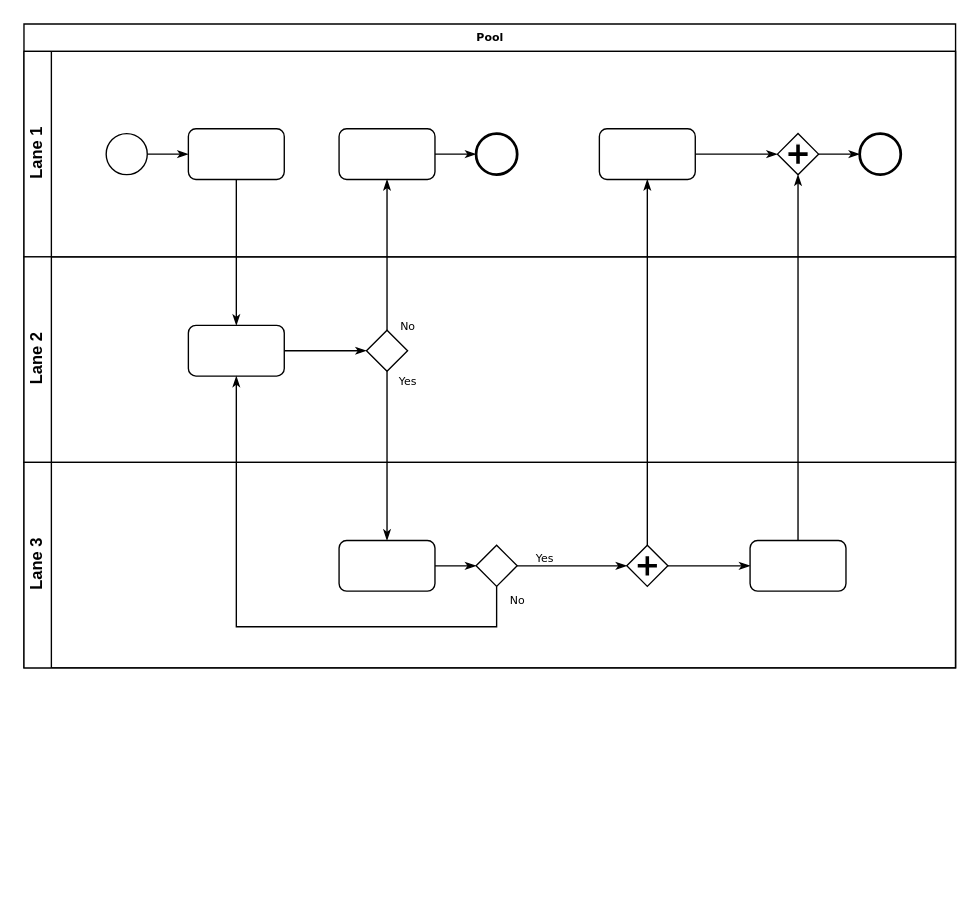
Earlier version of the draw.io diagram Untitled Diagram.drawio (HexMakina/Crudites). Source tidied: cells renumbered, new cells numbered last; positions are measured from the earlier drawing's top-left corner, leaving out a move shared by most shapes. Both pictures are drawn from the tidied source at 137%, with x=0, y=0 at pixel (23, 23).
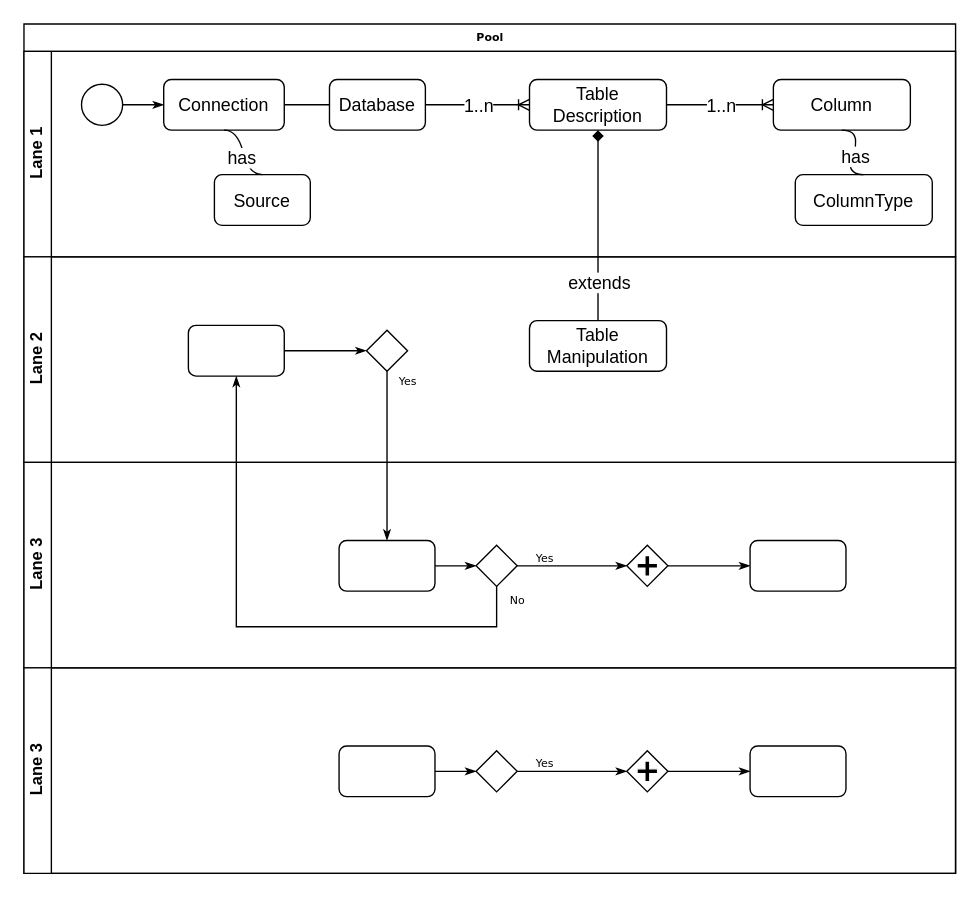
After the change.

Unchanged cells that the change refers to:
```xml
<mxCell id="3" value="Lane 1" style="swimlane;html=1;startSize=20;horizontal=0;" parent="2" vertex="1">
  <mxGeometry y="20" width="680" height="150" as="geometry" />
</mxCell>
<mxCell id="15" value="Lane 2" style="swimlane;html=1;startSize=20;horizontal=0;" parent="2" vertex="1">
  <mxGeometry y="170" width="680" height="150" as="geometry" />
</mxCell>
<mxCell id="17" style="rounded=1;whiteSpace=wrap;html=1;shadow=0;labelBackgroundColor=none;strokeWidth=1;fontFamily=Verdana;fontSize=8;align=center;" parent="15" vertex="1">
  <mxGeometry x="120" y="50" width="70" height="37" as="geometry" />
</mxCell>
<mxCell id="18" style="strokeWidth=1;html=1;shape=mxgraph.flowchart.decision;whiteSpace=wrap;rounded=1;shadow=0;labelBackgroundColor=none;fontFamily=Verdana;fontSize=8;align=center;" parent="15" vertex="1">
  <mxGeometry x="250" y="53.5" width="30" height="30" as="geometry" />
</mxCell>
<mxCell id="25" style="shape=mxgraph.bpmn.shape;html=1;verticalLabelPosition=bottom;labelBackgroundColor=#ffffff;verticalAlign=top;perimeter=rhombusPerimeter;background=gateway;outline=none;symbol=parallelGw;rounded=1;shadow=0;strokeWidth=1;fontFamily=Verdana;fontSize=8;align=center;" parent="19" vertex="1">
  <mxGeometry x="440" y="60.5" width="30" height="30" as="geometry" />
</mxCell>
<mxCell id="26" style="rounded=1;whiteSpace=wrap;html=1;shadow=0;labelBackgroundColor=none;strokeWidth=1;fontFamily=Verdana;fontSize=8;align=center;" parent="19" vertex="1">
  <mxGeometry x="530" y="57" width="70" height="37" as="geometry" />
</mxCell>
```

The edit, as a diff of the source:
```diff
@@
     <mxCell id="2" value="Pool" style="swimlane;html=1;horizontal=1;startSize=20;rounded=0;shadow=0;labelBackgroundColor=none;strokeWidth=1;fontFamily=Verdana;fontSize=8;align=center;" parent="1" vertex="1">
-      <mxGeometry width="680" height="470" as="geometry" />
+      <mxGeometry width="680" height="620" as="geometry" />
     </mxCell>
@@
     <mxCell id="5" style="ellipse;whiteSpace=wrap;html=1;rounded=0;shadow=0;labelBackgroundColor=none;strokeWidth=1;fontFamily=Verdana;fontSize=8;align=center;" parent="3" vertex="1">
-      <mxGeometry x="60" y="60" width="30" height="30" as="geometry" />
+      <mxGeometry x="42" y="24" width="30" height="30" as="geometry" />
     </mxCell>
-    <mxCell id="6" style="rounded=1;whiteSpace=wrap;html=1;shadow=0;labelBackgroundColor=none;strokeWidth=1;fontFamily=Verdana;fontSize=8;align=center;" parent="3" vertex="1">
-      <mxGeometry x="120" y="56.5" width="70" height="37" as="geometry" />
+    <mxCell id="6" value="&lt;font style=&quot;font-size: 13px&quot; face=&quot;Helvetica&quot;&gt;Connection&lt;/font&gt;" style="rounded=1;whiteSpace=wrap;html=1;shadow=0;labelBackgroundColor=none;strokeWidth=1;fontFamily=Verdana;fontSize=8;align=center;" parent="3" vertex="1">
+      <mxGeometry x="102" y="20.5" width="88" height="37" as="geometry" />
     </mxCell>
-    <mxCell id="7" style="edgeStyle=orthogonalEdgeStyle;rounded=0;html=1;labelBackgroundColor=none;startArrow=none;startFill=0;startSize=5;endArrow=classicThin;endFill=1;endSize=5;jettySize=auto;strokeWidth=1;fontFamily=Verdana;fontSize=8;" parent="3" edge="1" source="8" target="9">
-      <mxGeometry relative="1" as="geometry" />
-    </mxCell>
-    <mxCell id="8" style="rounded=1;whiteSpace=wrap;html=1;shadow=0;labelBackgroundColor=none;strokeWidth=1;fontFamily=Verdana;fontSize=8;align=center;" parent="3" vertex="1">
-      <mxGeometry x="230" y="56.5" width="70" height="37" as="geometry" />
+    <mxCell id="8" value="&lt;font face=&quot;Helvetica&quot; style=&quot;font-size: 13px&quot;&gt;Source&lt;/font&gt;" style="rounded=1;whiteSpace=wrap;html=1;shadow=0;labelBackgroundColor=none;strokeWidth=1;fontFamily=Verdana;fontSize=8;align=center;" parent="3" vertex="1">
+      <mxGeometry x="139" y="90" width="70" height="37" as="geometry" />
     </mxCell>
-    <mxCell id="9" style="ellipse;whiteSpace=wrap;html=1;rounded=0;shadow=0;labelBackgroundColor=none;strokeWidth=2;fontFamily=Verdana;fontSize=8;align=center;" parent="3" vertex="1">
-      <mxGeometry x="330" y="60" width="30" height="30" as="geometry" />
-    </mxCell>
-    <mxCell id="10" style="edgeStyle=orthogonalEdgeStyle;rounded=0;html=1;entryX=0;entryY=0.5;labelBackgroundColor=none;startArrow=none;startFill=0;startSize=5;endArrow=classicThin;endFill=1;endSize=5;jettySize=auto;strokeWidth=1;fontFamily=Verdana;fontSize=8;" parent="3" edge="1" source="11" target="13">
-      <mxGeometry relative="1" as="geometry" />
-    </mxCell>
-    <mxCell id="11" style="rounded=1;whiteSpace=wrap;html=1;shadow=0;labelBackgroundColor=none;strokeWidth=1;fontFamily=Verdana;fontSize=8;align=center;" parent="3" vertex="1">
-      <mxGeometry x="420" y="56.5" width="70" height="37" as="geometry" />
-    </mxCell>
-    <mxCell id="12" style="edgeStyle=orthogonalEdgeStyle;rounded=0;html=1;labelBackgroundColor=none;startArrow=none;startFill=0;startSize=5;endArrow=classicThin;endFill=1;endSize=5;jettySize=auto;strokeWidth=1;fontFamily=Verdana;fontSize=8;" parent="3" edge="1" source="13" target="14">
-      <mxGeometry relative="1" as="geometry" />
-    </mxCell>
-    <mxCell id="13" style="shape=mxgraph.bpmn.shape;html=1;verticalLabelPosition=bottom;labelBackgroundColor=#ffffff;verticalAlign=top;perimeter=rhombusPerimeter;background=gateway;outline=none;symbol=parallelGw;rounded=1;shadow=0;strokeWidth=1;fontFamily=Verdana;fontSize=8;align=center;" parent="3" vertex="1">
-      <mxGeometry x="550" y="60" width="30" height="30" as="geometry" />
-    </mxCell>
-    <mxCell id="14" style="ellipse;whiteSpace=wrap;html=1;rounded=0;shadow=0;labelBackgroundColor=none;strokeWidth=2;fontFamily=Verdana;fontSize=8;align=center;" parent="3" vertex="1">
-      <mxGeometry x="610" y="60" width="30" height="30" as="geometry" />
-    </mxCell>
+    <mxCell id="33" style="edgeStyle=entityRelationEdgeStyle;startArrow=none;endArrow=none;segment=10;curved=1;rounded=0;fontFamily=Helvetica;fontSize=13;entryX=0.5;entryY=0;entryDx=0;entryDy=0;exitX=0.5;exitY=1;exitDx=0;exitDy=0;" parent="3" edge="1" source="6" target="8">
+      <mxGeometry relative="1" as="geometry" />
+    </mxCell>
+    <mxCell id="34" value="has" style="edgeLabel;html=1;align=center;verticalAlign=middle;fontSize=13;fontFamily=Helvetica;" parent="33" vertex="1">
+      <mxGeometry x="0.11" y="-2" relative="1" as="geometry" />
+    </mxCell>
+    <mxCell id="35" value="&lt;font style=&quot;font-size: 13px&quot; face=&quot;Helvetica&quot;&gt;Database&lt;br&gt;&lt;/font&gt;" style="rounded=1;whiteSpace=wrap;html=1;shadow=0;labelBackgroundColor=none;strokeWidth=1;fontFamily=Verdana;fontSize=8;align=center;" parent="3" vertex="1">
+      <mxGeometry x="223" y="20.5" width="70" height="37" as="geometry" />
+    </mxCell>
+    <mxCell id="36" value="&lt;font style=&quot;font-size: 13px&quot; face=&quot;Helvetica&quot;&gt;Table&lt;br&gt;Description&lt;br&gt;&lt;/font&gt;" style="rounded=1;whiteSpace=wrap;html=1;shadow=0;labelBackgroundColor=none;strokeWidth=1;fontFamily=Verdana;fontSize=8;align=center;" parent="3" vertex="1">
+      <mxGeometry x="369" y="20.5" width="100" height="37" as="geometry" />
+    </mxCell>
+    <mxCell id="37" value="&lt;font style=&quot;font-size: 13px&quot; face=&quot;Helvetica&quot;&gt;Column&lt;br&gt;&lt;/font&gt;" style="rounded=1;whiteSpace=wrap;html=1;shadow=0;labelBackgroundColor=none;strokeWidth=1;fontFamily=Verdana;fontSize=8;align=center;" parent="3" vertex="1">
+      <mxGeometry x="547" y="20.5" width="100" height="37" as="geometry" />
+    </mxCell>
+    <mxCell id="38" value="&lt;font style=&quot;font-size: 13px&quot; face=&quot;Helvetica&quot;&gt;ColumnType&lt;br&gt;&lt;/font&gt;" style="rounded=1;whiteSpace=wrap;html=1;shadow=0;labelBackgroundColor=none;strokeWidth=1;fontFamily=Verdana;fontSize=8;align=center;" parent="3" vertex="1">
+      <mxGeometry x="563" y="90" width="100" height="37" as="geometry" />
+    </mxCell>
+    <mxCell id="39" style="edgeStyle=entityRelationEdgeStyle;startArrow=none;endArrow=none;segment=10;curved=1;rounded=0;fontFamily=Helvetica;fontSize=13;entryX=0.5;entryY=0;entryDx=0;entryDy=0;exitX=0.5;exitY=1;exitDx=0;exitDy=0;" parent="3" edge="1" source="37" target="38">
+      <mxGeometry relative="1" as="geometry" />
+    </mxCell>
+    <mxCell id="40" value="has" style="edgeLabel;html=1;align=center;verticalAlign=middle;fontSize=13;fontFamily=Helvetica;" parent="39" vertex="1">
+      <mxGeometry x="-0.03" y="3" relative="1" as="geometry" />
+    </mxCell>
+    <mxCell id="41" style="endArrow=none;html=1;rounded=0;fontFamily=Helvetica;fontSize=13;entryX=1;entryY=0.5;entryDx=0;entryDy=0;exitX=0;exitY=0.5;exitDx=0;exitDy=0;endFill=0;" parent="3" edge="1" source="35" target="6">
+      <mxGeometry relative="1" as="geometry" />
+    </mxCell>
+    <mxCell id="42" style="endArrow=ERoneToMany;html=1;rounded=0;fontFamily=Helvetica;fontSize=13;exitX=1;exitY=0.5;exitDx=0;exitDy=0;entryX=0;entryY=0.5;entryDx=0;entryDy=0;endFill=0;" parent="3" edge="1" source="35" target="36">
+      <mxGeometry relative="1" as="geometry" />
+    </mxCell>
+    <mxCell id="43" value="1..n" style="edgeLabel;html=1;align=center;verticalAlign=middle;fontFamily=Helvetica;fontSize=13;" parent="42" vertex="1">
+      <mxGeometry relative="1" as="geometry" />
+    </mxCell>
+    <mxCell id="44" style="endArrow=ERoneToMany;html=1;rounded=0;fontFamily=Helvetica;fontSize=13;exitX=1;exitY=0.5;exitDx=0;exitDy=0;endFill=0;entryX=0;entryY=0.5;entryDx=0;entryDy=0;" parent="3" edge="1" source="36" target="37">
+      <mxGeometry relative="1" as="geometry" />
+    </mxCell>
+    <mxCell id="45" value="1..n" style="edgeLabel;html=1;align=center;verticalAlign=middle;fontFamily=Helvetica;fontSize=13;" parent="44" vertex="1">
+      <mxGeometry relative="1" as="geometry" />
+    </mxCell>
@@
+    <mxCell id="46" value="&lt;font style=&quot;font-size: 13px&quot; face=&quot;Helvetica&quot;&gt;Table&lt;br&gt;Manipulation&lt;br&gt;&lt;/font&gt;" style="rounded=1;whiteSpace=wrap;html=1;shadow=0;labelBackgroundColor=none;strokeWidth=1;fontFamily=Verdana;fontSize=8;align=center;" parent="15" vertex="1">
+      <mxGeometry x="369" y="46.5" width="100" height="37" as="geometry" />
+    </mxCell>
@@
-    <mxCell id="27" style="edgeStyle=orthogonalEdgeStyle;rounded=0;html=1;labelBackgroundColor=none;startArrow=none;startFill=0;startSize=5;endArrow=classicThin;endFill=1;endSize=5;jettySize=auto;strokeWidth=1;fontFamily=Verdana;fontSize=8;" parent="2" edge="1" source="6" target="17">
-      <mxGeometry relative="1" as="geometry" />
-    </mxCell>
-    <mxCell id="28" value="No" style="edgeStyle=orthogonalEdgeStyle;rounded=0;html=1;labelBackgroundColor=none;startArrow=none;startFill=0;startSize=5;endArrow=classicThin;endFill=1;endSize=5;jettySize=auto;strokeWidth=1;fontFamily=Verdana;fontSize=8;" parent="2" edge="1" source="18" target="8">
-      <mxGeometry x="-0.94" y="-15" relative="1" as="geometry" />
-    </mxCell>
@@
-    <mxCell id="30" style="edgeStyle=orthogonalEdgeStyle;rounded=0;html=1;entryX=0.5;entryY=1;labelBackgroundColor=none;startArrow=none;startFill=0;startSize=5;endArrow=classicThin;endFill=1;endSize=5;jettySize=auto;strokeWidth=1;fontFamily=Verdana;fontSize=8;" parent="2" edge="1" source="26" target="13">
-      <mxGeometry relative="1" as="geometry" />
-    </mxCell>
@@
-    <mxCell id="32" style="edgeStyle=orthogonalEdgeStyle;rounded=0;html=1;labelBackgroundColor=none;startArrow=none;startFill=0;startSize=5;endArrow=classicThin;endFill=1;endSize=5;jettySize=auto;strokeWidth=1;fontFamily=Verdana;fontSize=8;" parent="2" edge="1" source="25" target="11">
-      <mxGeometry relative="1" as="geometry" />
-    </mxCell>
+    <mxCell id="47" value="Lane 3" style="swimlane;html=1;startSize=20;horizontal=0;" parent="2" vertex="1">
+      <mxGeometry y="470" width="680" height="150" as="geometry" />
+    </mxCell>
+    <mxCell id="48" style="edgeStyle=orthogonalEdgeStyle;rounded=0;html=1;labelBackgroundColor=none;startArrow=none;startFill=0;startSize=5;endArrow=classicThin;endFill=1;endSize=5;jettySize=auto;strokeWidth=1;fontFamily=Verdana;fontSize=8;" parent="47" edge="1" source="49" target="51">
+      <mxGeometry relative="1" as="geometry" />
+    </mxCell>
+    <mxCell id="49" style="rounded=1;whiteSpace=wrap;html=1;shadow=0;labelBackgroundColor=none;strokeWidth=1;fontFamily=Verdana;fontSize=8;align=center;" parent="47" vertex="1">
+      <mxGeometry x="230" y="57" width="70" height="37" as="geometry" />
+    </mxCell>
+    <mxCell id="50" value="Yes" style="edgeStyle=orthogonalEdgeStyle;rounded=0;html=1;entryX=0;entryY=0.5;labelBackgroundColor=none;startArrow=none;startFill=0;startSize=5;endArrow=classicThin;endFill=1;endSize=5;jettySize=auto;strokeWidth=1;fontFamily=Verdana;fontSize=8;" parent="47" edge="1" source="51" target="53">
+      <mxGeometry x="-0.5" y="6" relative="1" as="geometry" />
+    </mxCell>
+    <mxCell id="51" style="strokeWidth=1;html=1;shape=mxgraph.flowchart.decision;whiteSpace=wrap;rounded=1;shadow=0;labelBackgroundColor=none;fontFamily=Verdana;fontSize=8;align=center;" parent="47" vertex="1">
+      <mxGeometry x="330" y="60.5" width="30" height="30" as="geometry" />
+    </mxCell>
+    <mxCell id="52" style="edgeStyle=orthogonalEdgeStyle;rounded=0;html=1;labelBackgroundColor=none;startArrow=none;startFill=0;startSize=5;endArrow=classicThin;endFill=1;endSize=5;jettySize=auto;strokeColor=#000000;strokeWidth=1;fontFamily=Verdana;fontSize=8;fontColor=#000000;" parent="47" edge="1" source="53" target="54">
+      <mxGeometry relative="1" as="geometry" />
+    </mxCell>
+    <mxCell id="53" style="shape=mxgraph.bpmn.shape;html=1;verticalLabelPosition=bottom;labelBackgroundColor=#ffffff;verticalAlign=top;perimeter=rhombusPerimeter;background=gateway;outline=none;symbol=parallelGw;rounded=1;shadow=0;strokeWidth=1;fontFamily=Verdana;fontSize=8;align=center;" parent="47" vertex="1">
+      <mxGeometry x="440" y="60.5" width="30" height="30" as="geometry" />
+    </mxCell>
+    <mxCell id="54" style="rounded=1;whiteSpace=wrap;html=1;shadow=0;labelBackgroundColor=none;strokeWidth=1;fontFamily=Verdana;fontSize=8;align=center;" parent="47" vertex="1">
+      <mxGeometry x="530" y="57" width="70" height="37" as="geometry" />
+    </mxCell>
+    <mxCell id="55" style="endArrow=diamond;html=1;rounded=0;fontFamily=Helvetica;fontSize=13;exitX=0.5;exitY=0;exitDx=0;exitDy=0;entryX=0.5;entryY=1;entryDx=0;entryDy=0;endFill=1;" parent="2" edge="1" source="46" target="36">
+      <mxGeometry relative="1" as="geometry" />
+    </mxCell>
+    <mxCell id="56" value="extends" style="edgeLabel;html=1;align=center;verticalAlign=middle;fontSize=13;fontFamily=Helvetica;" parent="55" vertex="1">
+      <mxGeometry x="-0.35" relative="1" as="geometry">
+        <mxPoint y="17" as="offset" />
+      </mxGeometry>
+    </mxCell>
```
